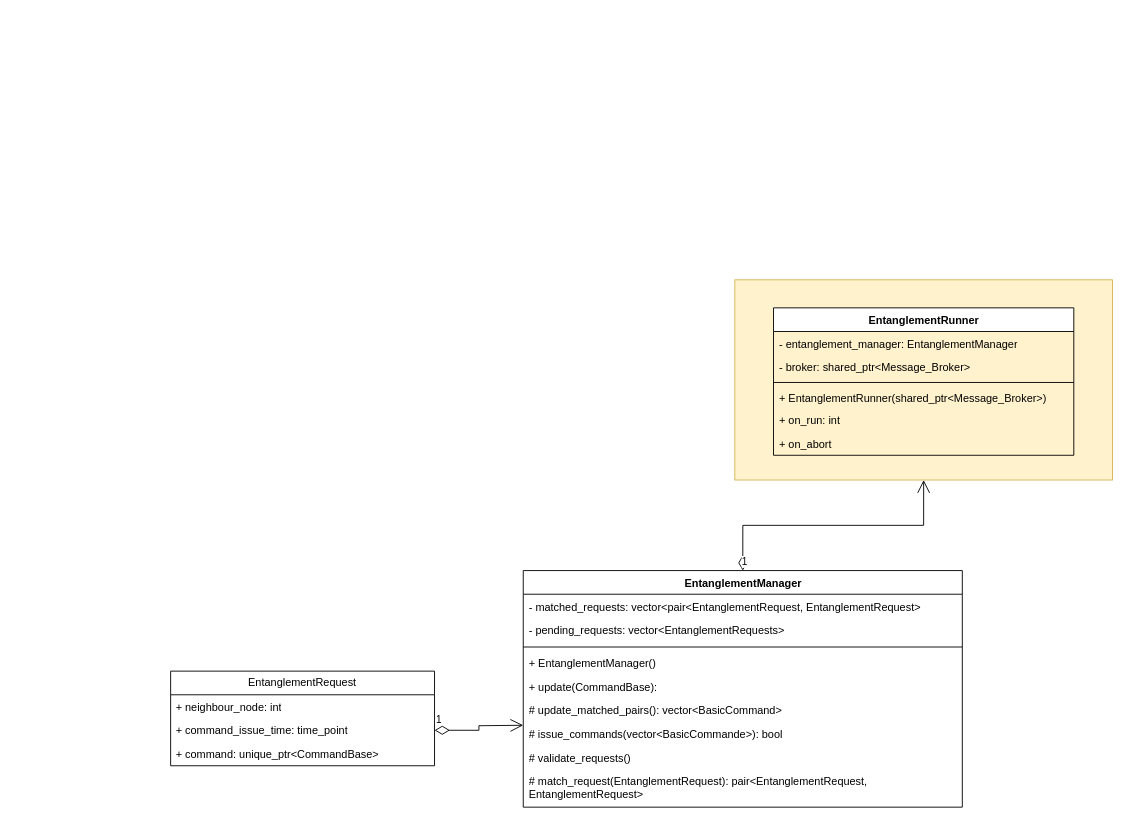
Before: page "Entanglement" (6 of 10) of docs/Design/MultithreadedApplication.drawio in SoftwareQuTech/QiLab, a draw.io diagram. Source tidied: cells renumbered, new cells numbered last; positions are measured from the earlier drawing's top-left corner, leaving out a move shared by most shapes. Both pictures are drawn from the tidied source at 91%, with x=0, y=0 at pixel (170, 279).
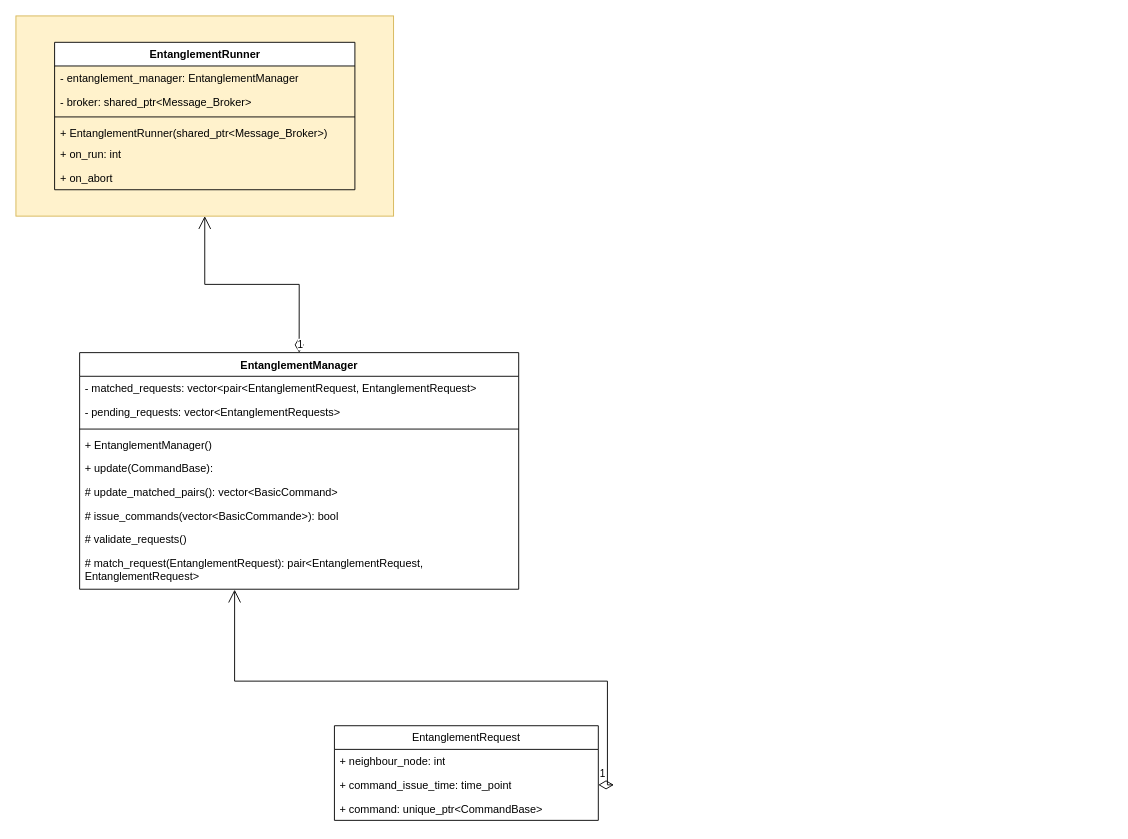
Above is the later version.

The change refers to these unchanged cells:
```xml
<mxCell id="19" value="&lt;div&gt;&lt;span style=&quot;background-color: transparent; color: light-dark(rgb(0, 0, 0), rgb(255, 255, 255));&quot;&gt;# match_request(EntanglementRequest): pair&amp;lt;EntanglementRequest, EntanglementRequest&amp;gt;&lt;/span&gt;&lt;/div&gt;&lt;div&gt;&lt;span style=&quot;background-color: transparent; color: light-dark(rgb(0, 0, 0), rgb(255, 255, 255));&quot;&gt;&lt;br&gt;&lt;/span&gt;&lt;/div&gt;" style="text;strokeColor=none;fillColor=none;align=left;verticalAlign=top;spacingLeft=4;spacingRight=4;overflow=hidden;points=[[0,0.5],[1,0.5]];portConstraint=eastwest;whiteSpace=wrap;html=1;" parent="10" vertex="1">
  <mxGeometry y="218" width="482.5" height="42" as="geometry" />
</mxCell>
<mxCell id="23" value="+ command_issue_time: time_point" style="text;strokeColor=none;fillColor=none;align=left;verticalAlign=top;spacingLeft=4;spacingRight=4;overflow=hidden;points=[[0,0.5],[1,0.5]];portConstraint=eastwest;whiteSpace=wrap;html=1;" parent="21" vertex="1">
  <mxGeometry y="52" width="290" height="26" as="geometry" />
</mxCell>
```

The edit, as a diff of the source:
```diff
@@
     <mxCell id="2" style="rounded=0;whiteSpace=wrap;html=1;fillColor=#fff2cc;strokeColor=#d6b656;" parent="1" vertex="1">
-      <mxGeometry x="620" width="415" height="220" as="geometry" />
+      <mxGeometry x="-170" y="-290" width="415" height="220" as="geometry" />
     </mxCell>
     <mxCell id="3" value="EntanglementRunner" style="swimlane;fontStyle=1;align=center;verticalAlign=top;horizontal=1;startSize=26;whiteSpace=wrap;html=1;" parent="1" vertex="1">
-      <mxGeometry x="662.5" y="30.8" width="330" height="162" as="geometry" />
+      <mxGeometry x="-127.5" y="-261" width="330" height="162" as="geometry" />
     </mxCell>
@@
     <mxCell id="10" value="EntanglementManager" style="swimlane;fontStyle=1;align=center;verticalAlign=top;horizontal=1;startSize=26;whiteSpace=wrap;html=1;" parent="1" vertex="1">
-      <mxGeometry x="387.5" y="319.5" width="482.5" height="260" as="geometry" />
+      <mxGeometry x="-100" y="80" width="482.5" height="260" as="geometry" />
     </mxCell>
@@
     <mxCell id="21" value="EntanglementRequest" style="swimlane;fontStyle=0;horizontal=1;startSize=26;fillColor=none;whiteSpace=wrap;html=1;" parent="1" vertex="1">
-      <mxGeometry y="430" width="290" height="104" as="geometry" />
+      <mxGeometry x="180" y="490" width="290" height="104" as="geometry" />
     </mxCell>
@@
-    <mxCell id="25" value="1" style="endArrow=open;html=1;endSize=12;startArrow=diamondThin;startSize=14;startFill=0;edgeStyle=orthogonalEdgeStyle;align=left;verticalAlign=bottom;rounded=0;exitX=1;exitY=0.5;exitDx=0;exitDy=0;entryX=0;entryY=0.5;entryDx=0;entryDy=0;" parent="1" edge="1" source="23">
-      <mxGeometry x="-1" y="3" relative="1" as="geometry">
-        <mxPoint x="387.5" y="489.5" as="targetPoint" />
-      </mxGeometry>
+    <mxCell id="25" value="1" style="endArrow=open;html=1;endSize=12;startArrow=diamondThin;startSize=14;startFill=0;edgeStyle=orthogonalEdgeStyle;align=left;verticalAlign=bottom;rounded=0;exitX=1;exitY=0.5;exitDx=0;exitDy=0;entryX=0.353;entryY=1.012;entryDx=0;entryDy=0;entryPerimeter=0;" parent="1" edge="1" source="23" target="19">
+      <mxGeometry x="-1" y="3" relative="1" as="geometry" />
     </mxCell>
```
